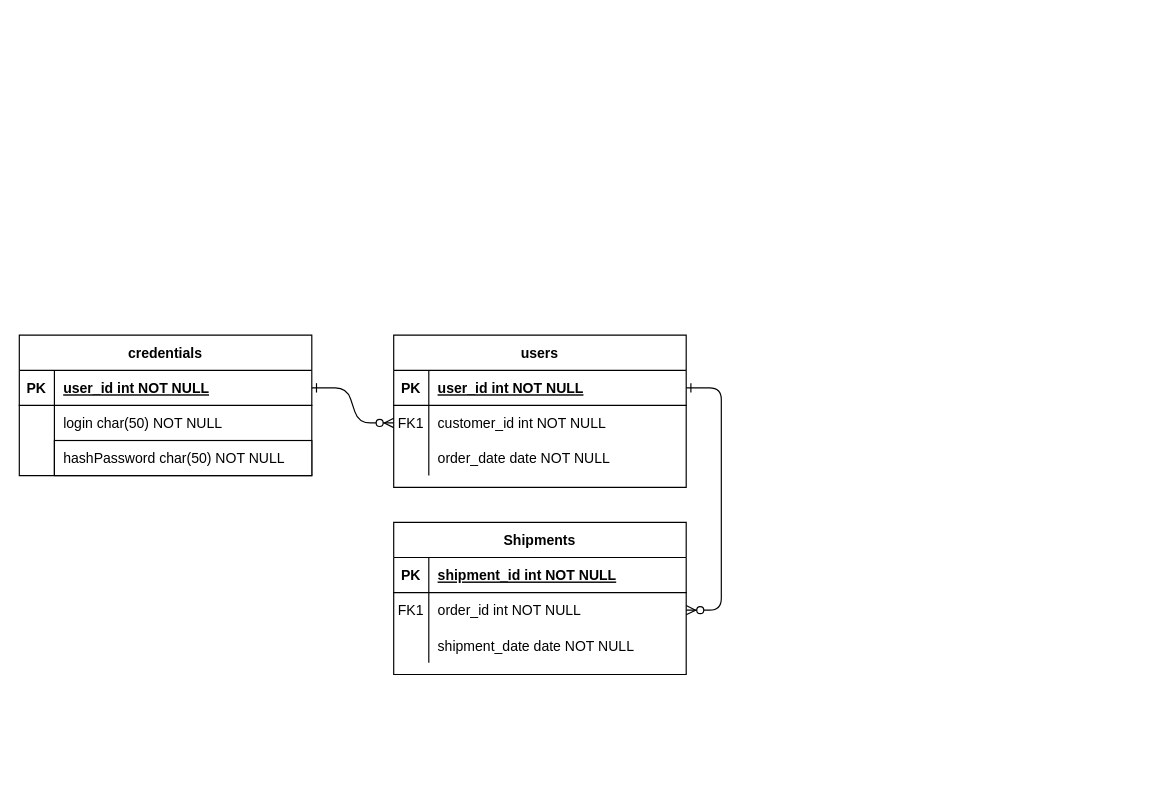
This is Untitled Diagram.drawio from mishankoGO/GophKeeper, a draw.io file, before an edit. Source tidied: cells renumbered, new cells numbered last; positions are measured from the earlier drawing's top-left corner, leaving out a move shared by most shapes. Both pictures are drawn from the tidied source at 117%, with x=0, y=0 at pixel (19, 335).
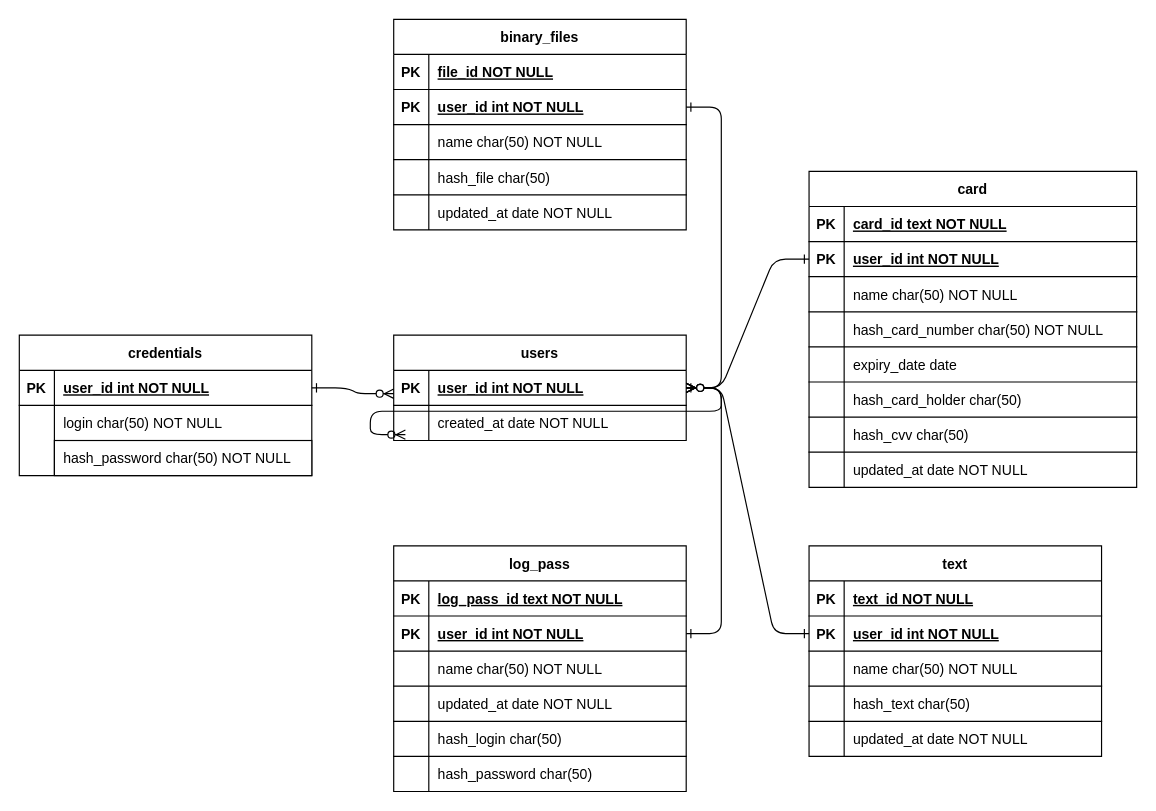
The same diagram, later.

Unchanged cells that the change refers to:
```xml
<mxCell id="5" style="shape=partialRectangle;fillColor=none;points=[[0,0.5],[1,0.5]];portConstraint=eastwest;top=0;left=0;right=0;bottom=1;" parent="4" vertex="1">
  <mxGeometry y="30" width="250" height="30" as="geometry" />
</mxCell>
<mxCell id="8" style="shape=partialRectangle;fillColor=none;points=[[0,0.5],[1,0.5]];portConstraint=eastwest;top=0;left=0;right=0;bottom=0;" parent="4" vertex="1">
  <mxGeometry y="60" width="250" height="30" as="geometry" />
</mxCell>
<mxCell id="25" style="shape=partialRectangle;fillColor=none;points=[[0,0.5],[1,0.5]];portConstraint=eastwest;top=0;left=0;right=0;bottom=1;" parent="24" vertex="1">
  <mxGeometry y="30" width="250" height="30" as="geometry" />
</mxCell>
```

What changed in the source:
```diff
@@
-    <mxCell id="2" style="edgeStyle=entityRelationEdgeStyle;endArrow=ERzeroToMany;startArrow=ERone;endFill=1;startFill=0;" parent="1" edge="1" source="25" target="8">
-      <mxGeometry relative="1" as="geometry" />
+    <mxCell id="2" style="edgeStyle=entityRelationEdgeStyle;endArrow=ERzeroToMany;startArrow=ERone;endFill=1;startFill=0;exitX=1;exitY=0.5;exitDx=0;exitDy=0;" parent="1" edge="1" source="25">
+      <mxGeometry relative="1" as="geometry">
+        <mxPoint x="320" y="50" as="targetPoint" />
+      </mxGeometry>
     </mxCell>
-    <mxCell id="3" style="edgeStyle=entityRelationEdgeStyle;endArrow=ERzeroToMany;startArrow=ERone;endFill=1;startFill=0;" parent="1" edge="1" source="5" target="18">
-      <mxGeometry relative="1" as="geometry" />
+    <mxCell id="3" style="edgeStyle=entityRelationEdgeStyle;endArrow=ERzeroToMany;startArrow=ERone;endFill=1;startFill=0;" parent="1" edge="1" source="5">
+      <mxGeometry relative="1" as="geometry">
+        <mxPoint x="330" y="85" as="targetPoint" />
+      </mxGeometry>
     </mxCell>
     <mxCell id="4" value="users" style="shape=table;startSize=30;childLayout=tableLayout;rowLines=0;fontStyle=1;align=center;" parent="1" vertex="1">
-      <mxGeometry x="320" width="250" height="130" as="geometry" />
+      <mxGeometry x="320" width="250" height="90" as="geometry" />
     </mxCell>
@@
-    <mxCell id="9" value="FK1" style="shape=partialRectangle;overflow=hidden;fillColor=none;top=0;left=0;bottom=0;right=0;" parent="8" vertex="1">
+    <mxCell id="9" style="shape=partialRectangle;overflow=hidden;fillColor=none;top=0;left=0;bottom=0;right=0;" parent="8" vertex="1">
       <mxGeometry width="30" height="30" as="geometry" />
     </mxCell>
-    <mxCell id="10" value="customer_id int NOT NULL" style="shape=partialRectangle;overflow=hidden;fillColor=none;top=0;left=0;bottom=0;right=0;align=left;spacingLeft=6;" parent="8" vertex="1">
+    <mxCell id="10" value="created_at date NOT NULL" style="shape=partialRectangle;overflow=hidden;fillColor=none;top=0;left=0;bottom=0;right=0;align=left;spacingLeft=6;" parent="8" vertex="1">
       <mxGeometry x="30" width="220" height="30" as="geometry" />
     </mxCell>
-    <mxCell id="11" style="shape=partialRectangle;fillColor=none;top=0;left=0;right=0;bottom=0;" parent="4" vertex="1">
-      <mxGeometry y="90" width="250" height="30" as="geometry" />
-    </mxCell>
-    <mxCell id="12" style="shape=partialRectangle;overflow=hidden;fillColor=none;top=0;left=0;bottom=0;right=0;" parent="11" vertex="1">
-      <mxGeometry width="30" height="30" as="geometry" />
-    </mxCell>
-    <mxCell id="13" value="order_date date NOT NULL" style="shape=partialRectangle;overflow=hidden;fillColor=none;top=0;left=0;bottom=0;right=0;align=left;spacingLeft=6;" parent="11" vertex="1">
-      <mxGeometry x="30" width="220" height="30" as="geometry" />
-    </mxCell>
-    <mxCell id="14" value="Shipments" style="shape=table;startSize=30;childLayout=tableLayout;rowLines=0;fontStyle=1;align=center;" parent="1" vertex="1">
-      <mxGeometry x="320" y="160" width="250" height="130" as="geometry" />
+    <mxCell id="14" value="text" style="shape=table;startSize=30;childLayout=tableLayout;rowLines=0;fontStyle=1;align=center;" parent="1" vertex="1">
+      <mxGeometry x="675" y="180" width="250" height="180" as="geometry" />
     </mxCell>
+    <mxCell id="37" style="shape=partialRectangle;fillColor=none;top=0;left=0;right=0;bottom=1;" parent="14" vertex="1">
+      <mxGeometry y="30" width="250" height="30" as="geometry" />
+    </mxCell>
+    <mxCell id="38" value="PK" style="shape=partialRectangle;overflow=hidden;fillColor=none;top=0;left=0;bottom=0;right=0;fontStyle=1;" parent="37" vertex="1">
+      <mxGeometry width="30" height="30" as="geometry" />
+    </mxCell>
+    <mxCell id="39" value="text_id NOT NULL" style="shape=partialRectangle;overflow=hidden;fillColor=none;top=0;left=0;bottom=0;right=0;align=left;spacingLeft=6;fontStyle=5;" parent="37" vertex="1">
+      <mxGeometry x="30" width="220" height="30" as="geometry" />
+    </mxCell>
     <mxCell id="15" style="shape=partialRectangle;fillColor=none;points=[[0,0.5],[1,0.5]];portConstraint=eastwest;top=0;left=0;right=0;bottom=1;" parent="14" vertex="1">
-      <mxGeometry y="30" width="250" height="30" as="geometry" />
+      <mxGeometry y="60" width="250" height="30" as="geometry" />
     </mxCell>
@@
-    <mxCell id="17" value="shipment_id int NOT NULL " style="shape=partialRectangle;overflow=hidden;fillColor=none;top=0;left=0;bottom=0;right=0;align=left;spacingLeft=6;fontStyle=5;" parent="15" vertex="1">
+    <mxCell id="17" value="user_id int NOT NULL" style="shape=partialRectangle;overflow=hidden;fillColor=none;top=0;left=0;bottom=0;right=0;align=left;spacingLeft=6;fontStyle=5;" parent="15" vertex="1">
       <mxGeometry x="30" width="220" height="30" as="geometry" />
     </mxCell>
-    <mxCell id="18" style="shape=partialRectangle;fillColor=none;points=[[0,0.5],[1,0.5]];portConstraint=eastwest;top=0;left=0;right=0;bottom=0;" parent="14" vertex="1">
-      <mxGeometry y="60" width="250" height="30" as="geometry" />
-    </mxCell>
-    <mxCell id="19" value="FK1" style="shape=partialRectangle;overflow=hidden;fillColor=none;top=0;left=0;bottom=0;right=0;" parent="18" vertex="1">
-      <mxGeometry width="30" height="30" as="geometry" />
-    </mxCell>
-    <mxCell id="20" value="order_id int NOT NULL" style="shape=partialRectangle;overflow=hidden;fillColor=none;top=0;left=0;bottom=0;right=0;align=left;spacingLeft=6;" parent="18" vertex="1">
-      <mxGeometry x="30" width="220" height="30" as="geometry" />
-    </mxCell>
+    <mxCell id="40" style="shape=partialRectangle;fillColor=none;top=0;left=0;right=0;bottom=1;" parent="14" vertex="1">
+      <mxGeometry y="90" width="250" height="30" as="geometry" />
+    </mxCell>
+    <mxCell id="41" style="shape=partialRectangle;overflow=hidden;fillColor=none;top=0;left=0;bottom=0;right=0;fontStyle=1;" parent="40" vertex="1">
+      <mxGeometry width="30" height="30" as="geometry" />
+    </mxCell>
+    <mxCell id="42" value="name char(50) NOT NULL" style="shape=partialRectangle;overflow=hidden;fillColor=none;top=0;left=0;bottom=0;right=0;align=left;spacingLeft=6;fontStyle=0;" parent="40" vertex="1">
+      <mxGeometry x="30" width="220" height="30" as="geometry" />
+    </mxCell>
+    <mxCell id="43" style="shape=partialRectangle;fillColor=none;top=0;left=0;right=0;bottom=1;" parent="14" vertex="1">
+      <mxGeometry y="120" width="250" height="30" as="geometry" />
+    </mxCell>
+    <mxCell id="44" style="shape=partialRectangle;overflow=hidden;fillColor=none;top=0;left=0;bottom=0;right=0;fontStyle=1;" parent="43" vertex="1">
+      <mxGeometry width="30" height="30" as="geometry" />
+    </mxCell>
+    <mxCell id="45" value="hash_text char(50)" style="shape=partialRectangle;overflow=hidden;fillColor=none;top=0;left=0;bottom=0;right=0;align=left;spacingLeft=6;fontStyle=0;" parent="43" vertex="1">
+      <mxGeometry x="30" width="220" height="30" as="geometry" />
+    </mxCell>
     <mxCell id="21" style="shape=partialRectangle;fillColor=none;top=0;left=0;right=0;bottom=0;" parent="14" vertex="1">
-      <mxGeometry y="90" width="250" height="30" as="geometry" />
+      <mxGeometry y="150" width="250" height="30" as="geometry" />
     </mxCell>
@@
-    <mxCell id="23" value="shipment_date date NOT NULL" style="shape=partialRectangle;overflow=hidden;fillColor=none;top=0;left=0;bottom=0;right=0;align=left;spacingLeft=6;" parent="21" vertex="1">
+    <mxCell id="23" value="updated_at date NOT NULL" style="shape=partialRectangle;overflow=hidden;fillColor=none;top=0;left=0;bottom=0;right=0;align=left;spacingLeft=6;" parent="21" vertex="1">
       <mxGeometry x="30" width="220" height="30" as="geometry" />
     </mxCell>
@@
-    <mxCell id="35" value="hashPassword char(50) NOT NULL" style="shape=partialRectangle;overflow=hidden;fillColor=none;top=0;left=0;bottom=0;right=0;align=left;spacingLeft=6;" parent="1" vertex="1">
+    <mxCell id="35" value="hash_password char(50) NOT NULL" style="shape=partialRectangle;overflow=hidden;fillColor=none;top=0;left=0;bottom=0;right=0;align=left;spacingLeft=6;" parent="1" vertex="1">
       <mxGeometry x="30" y="90" width="220" height="30" as="geometry" />
     </mxCell>
@@
+    <mxCell id="46" value="log_pass" style="shape=table;startSize=30;childLayout=tableLayout;rowLines=0;fontStyle=1;align=center;" parent="1" vertex="1">
+      <mxGeometry x="320" y="180" width="250" height="210" as="geometry" />
+    </mxCell>
+    <mxCell id="47" style="shape=partialRectangle;fillColor=none;top=0;left=0;right=0;bottom=1;" parent="46" vertex="1">
+      <mxGeometry y="30" width="250" height="30" as="geometry" />
+    </mxCell>
+    <mxCell id="48" value="PK" style="shape=partialRectangle;overflow=hidden;fillColor=none;top=0;left=0;bottom=0;right=0;fontStyle=1;" parent="47" vertex="1">
+      <mxGeometry width="30" height="30" as="geometry" />
+    </mxCell>
+    <mxCell id="49" value="log_pass_id text NOT NULL" style="shape=partialRectangle;overflow=hidden;fillColor=none;top=0;left=0;bottom=0;right=0;align=left;spacingLeft=6;fontStyle=5;" parent="47" vertex="1">
+      <mxGeometry x="30" width="220" height="30" as="geometry" />
+    </mxCell>
+    <mxCell id="50" style="shape=partialRectangle;fillColor=none;points=[[0,0.5],[1,0.5]];portConstraint=eastwest;top=0;left=0;right=0;bottom=1;" parent="46" vertex="1">
+      <mxGeometry y="60" width="250" height="30" as="geometry" />
+    </mxCell>
+    <mxCell id="51" value="PK" style="shape=partialRectangle;overflow=hidden;fillColor=none;top=0;left=0;bottom=0;right=0;fontStyle=1;" parent="50" vertex="1">
+      <mxGeometry width="30" height="30" as="geometry" />
+    </mxCell>
+    <mxCell id="52" value="user_id int NOT NULL " style="shape=partialRectangle;overflow=hidden;fillColor=none;top=0;left=0;bottom=0;right=0;align=left;spacingLeft=6;fontStyle=5;" parent="50" vertex="1">
+      <mxGeometry x="30" width="220" height="30" as="geometry" />
+    </mxCell>
+    <mxCell id="53" style="shape=partialRectangle;fillColor=none;top=0;left=0;right=0;bottom=1;" parent="46" vertex="1">
+      <mxGeometry y="90" width="250" height="30" as="geometry" />
+    </mxCell>
+    <mxCell id="54" style="shape=partialRectangle;overflow=hidden;fillColor=none;top=0;left=0;bottom=0;right=0;fontStyle=1;" parent="53" vertex="1">
+      <mxGeometry width="30" height="30" as="geometry" />
+    </mxCell>
+    <mxCell id="55" value="name char(50) NOT NULL" style="shape=partialRectangle;overflow=hidden;fillColor=none;top=0;left=0;bottom=0;right=0;align=left;spacingLeft=6;fontStyle=0;" parent="53" vertex="1">
+      <mxGeometry x="30" width="220" height="30" as="geometry" />
+    </mxCell>
+    <mxCell id="56" style="shape=partialRectangle;fillColor=none;top=0;left=0;right=0;bottom=1;" parent="46" vertex="1">
+      <mxGeometry y="120" width="250" height="30" as="geometry" />
+    </mxCell>
+    <mxCell id="57" style="shape=partialRectangle;overflow=hidden;fillColor=none;top=0;left=0;bottom=0;right=0;fontStyle=1;" parent="56" vertex="1">
+      <mxGeometry width="30" height="30" as="geometry" />
+    </mxCell>
+    <mxCell id="58" value="updated_at date NOT NULL" style="shape=partialRectangle;overflow=hidden;fillColor=none;top=0;left=0;bottom=0;right=0;align=left;spacingLeft=6;fontStyle=0;" parent="56" vertex="1">
+      <mxGeometry x="30" width="220" height="30" as="geometry" />
+    </mxCell>
+    <mxCell id="59" style="shape=partialRectangle;fillColor=none;top=0;left=0;right=0;bottom=1;" parent="46" vertex="1">
+      <mxGeometry y="150" width="250" height="30" as="geometry" />
+    </mxCell>
+    <mxCell id="60" style="shape=partialRectangle;overflow=hidden;fillColor=none;top=0;left=0;bottom=0;right=0;fontStyle=1;" parent="59" vertex="1">
+      <mxGeometry width="30" height="30" as="geometry" />
+    </mxCell>
+    <mxCell id="61" value="hash_login char(50)" style="shape=partialRectangle;overflow=hidden;fillColor=none;top=0;left=0;bottom=0;right=0;align=left;spacingLeft=6;fontStyle=0;" parent="59" vertex="1">
+      <mxGeometry x="30" width="220" height="30" as="geometry" />
+    </mxCell>
+    <mxCell id="62" style="shape=partialRectangle;fillColor=none;top=0;left=0;right=0;bottom=0;" parent="46" vertex="1">
+      <mxGeometry y="180" width="250" height="30" as="geometry" />
+    </mxCell>
+    <mxCell id="63" style="shape=partialRectangle;overflow=hidden;fillColor=none;top=0;left=0;bottom=0;right=0;" parent="62" vertex="1">
+      <mxGeometry width="30" height="30" as="geometry" />
+    </mxCell>
+    <mxCell id="64" value="hash_password char(50)" style="shape=partialRectangle;overflow=hidden;fillColor=none;top=0;left=0;bottom=0;right=0;align=left;spacingLeft=6;" parent="62" vertex="1">
+      <mxGeometry x="30" width="220" height="30" as="geometry" />
+    </mxCell>
+    <mxCell id="65" style="edgeStyle=entityRelationEdgeStyle;endArrow=ERzeroToMany;startArrow=ERone;endFill=1;startFill=0;exitX=1;exitY=0.5;exitDx=0;exitDy=0;entryX=1;entryY=0.5;entryDx=0;entryDy=0;" parent="1" edge="1" source="50" target="5">
+      <mxGeometry relative="1" as="geometry" />
+    </mxCell>
+    <mxCell id="66" style="edgeStyle=entityRelationEdgeStyle;endArrow=ERzeroToMany;startArrow=ERone;endFill=1;startFill=0;exitX=0;exitY=0.5;exitDx=0;exitDy=0;entryX=1;entryY=0.5;entryDx=0;entryDy=0;" parent="1" edge="1" source="15" target="5">
+      <mxGeometry relative="1" as="geometry" />
+    </mxCell>
+    <mxCell id="67" value="card" style="shape=table;startSize=30;childLayout=tableLayout;rowLines=0;fontStyle=1;align=center;" parent="1" vertex="1">
+      <mxGeometry x="675" y="-140" width="280" height="270" as="geometry" />
+    </mxCell>
+    <mxCell id="68" style="shape=partialRectangle;fillColor=none;top=0;left=0;right=0;bottom=1;" parent="67" vertex="1">
+      <mxGeometry y="30" width="280" height="30" as="geometry" />
+    </mxCell>
+    <mxCell id="69" value="PK" style="shape=partialRectangle;overflow=hidden;fillColor=none;top=0;left=0;bottom=0;right=0;fontStyle=1;" parent="68" vertex="1">
+      <mxGeometry width="30" height="30" as="geometry" />
+    </mxCell>
+    <mxCell id="70" value="card_id text NOT NULL" style="shape=partialRectangle;overflow=hidden;fillColor=none;top=0;left=0;bottom=0;right=0;align=left;spacingLeft=6;fontStyle=5;" parent="68" vertex="1">
+      <mxGeometry x="30" width="250" height="30" as="geometry" />
+    </mxCell>
+    <mxCell id="71" style="shape=partialRectangle;fillColor=none;points=[[0,0.5],[1,0.5]];portConstraint=eastwest;top=0;left=0;right=0;bottom=1;" parent="67" vertex="1">
+      <mxGeometry y="60" width="280" height="30" as="geometry" />
+    </mxCell>
+    <mxCell id="72" value="PK" style="shape=partialRectangle;overflow=hidden;fillColor=none;top=0;left=0;bottom=0;right=0;fontStyle=1;" parent="71" vertex="1">
+      <mxGeometry width="30" height="30" as="geometry" />
+    </mxCell>
+    <mxCell id="73" value="user_id int NOT NULL" style="shape=partialRectangle;overflow=hidden;fillColor=none;top=0;left=0;bottom=0;right=0;align=left;spacingLeft=6;fontStyle=5;" parent="71" vertex="1">
+      <mxGeometry x="30" width="250" height="30" as="geometry" />
+    </mxCell>
+    <mxCell id="74" style="shape=partialRectangle;fillColor=none;top=0;left=0;right=0;bottom=1;" parent="67" vertex="1">
+      <mxGeometry y="90" width="280" height="30" as="geometry" />
+    </mxCell>
+    <mxCell id="75" style="shape=partialRectangle;overflow=hidden;fillColor=none;top=0;left=0;bottom=0;right=0;fontStyle=1;" parent="74" vertex="1">
+      <mxGeometry width="30" height="30" as="geometry" />
+    </mxCell>
+    <mxCell id="76" value="name char(50) NOT NULL" style="shape=partialRectangle;overflow=hidden;fillColor=none;top=0;left=0;bottom=0;right=0;align=left;spacingLeft=6;fontStyle=0;" parent="74" vertex="1">
+      <mxGeometry x="30" width="250" height="30" as="geometry" />
+    </mxCell>
+    <mxCell id="77" style="shape=partialRectangle;fillColor=none;top=0;left=0;right=0;bottom=1;" parent="67" vertex="1">
+      <mxGeometry y="120" width="280" height="30" as="geometry" />
+    </mxCell>
+    <mxCell id="78" style="shape=partialRectangle;overflow=hidden;fillColor=none;top=0;left=0;bottom=0;right=0;fontStyle=1;" parent="77" vertex="1">
+      <mxGeometry width="30" height="30" as="geometry" />
+    </mxCell>
+    <mxCell id="79" value="hash_card_number char(50) NOT NULL" style="shape=partialRectangle;overflow=hidden;fillColor=none;top=0;left=0;bottom=0;right=0;align=left;spacingLeft=6;fontStyle=0;" parent="77" vertex="1">
+      <mxGeometry x="30" width="250" height="30" as="geometry" />
+    </mxCell>
+    <mxCell id="80" style="shape=partialRectangle;fillColor=none;top=0;left=0;right=0;bottom=1;" parent="67" vertex="1">
+      <mxGeometry y="150" width="280" height="30" as="geometry" />
+    </mxCell>
+    <mxCell id="81" style="shape=partialRectangle;overflow=hidden;fillColor=none;top=0;left=0;bottom=0;right=0;fontStyle=1;" parent="80" vertex="1">
+      <mxGeometry width="30" height="30" as="geometry" />
+    </mxCell>
+    <mxCell id="82" value="expiry_date date " style="shape=partialRectangle;overflow=hidden;fillColor=none;top=0;left=0;bottom=0;right=0;align=left;spacingLeft=6;fontStyle=0;" parent="80" vertex="1">
+      <mxGeometry x="30" width="250" height="30" as="geometry" />
+    </mxCell>
+    <mxCell id="83" style="shape=partialRectangle;fillColor=none;top=0;left=0;right=0;bottom=1;" parent="67" vertex="1">
+      <mxGeometry y="180" width="280" height="30" as="geometry" />
+    </mxCell>
+    <mxCell id="84" style="shape=partialRectangle;overflow=hidden;fillColor=none;top=0;left=0;bottom=0;right=0;fontStyle=1;" parent="83" vertex="1">
+      <mxGeometry width="30" height="30" as="geometry" />
+    </mxCell>
+    <mxCell id="85" value="hash_card_holder char(50)" style="shape=partialRectangle;overflow=hidden;fillColor=none;top=0;left=0;bottom=0;right=0;align=left;spacingLeft=6;fontStyle=0;" parent="83" vertex="1">
+      <mxGeometry x="30" width="250" height="30" as="geometry" />
+    </mxCell>
+    <mxCell id="86" style="shape=partialRectangle;fillColor=none;top=0;left=0;right=0;bottom=1;" parent="67" vertex="1">
+      <mxGeometry y="210" width="280" height="30" as="geometry" />
+    </mxCell>
+    <mxCell id="87" style="shape=partialRectangle;overflow=hidden;fillColor=none;top=0;left=0;bottom=0;right=0;fontStyle=1;" parent="86" vertex="1">
+      <mxGeometry width="30" height="30" as="geometry" />
+    </mxCell>
+    <mxCell id="88" value="hash_cvv char(50)" style="shape=partialRectangle;overflow=hidden;fillColor=none;top=0;left=0;bottom=0;right=0;align=left;spacingLeft=6;fontStyle=0;" parent="86" vertex="1">
+      <mxGeometry x="30" width="250" height="30" as="geometry" />
+    </mxCell>
+    <mxCell id="89" style="shape=partialRectangle;fillColor=none;top=0;left=0;right=0;bottom=0;" parent="67" vertex="1">
+      <mxGeometry y="240" width="280" height="30" as="geometry" />
+    </mxCell>
+    <mxCell id="90" style="shape=partialRectangle;overflow=hidden;fillColor=none;top=0;left=0;bottom=0;right=0;" parent="89" vertex="1">
+      <mxGeometry width="30" height="30" as="geometry" />
+    </mxCell>
+    <mxCell id="91" value="updated_at date NOT NULL" style="shape=partialRectangle;overflow=hidden;fillColor=none;top=0;left=0;bottom=0;right=0;align=left;spacingLeft=6;" parent="89" vertex="1">
+      <mxGeometry x="30" width="250" height="30" as="geometry" />
+    </mxCell>
+    <mxCell id="92" style="edgeStyle=entityRelationEdgeStyle;endArrow=ERzeroToMany;startArrow=ERone;endFill=1;startFill=0;entryX=1;entryY=0.5;entryDx=0;entryDy=0;" parent="1" edge="1" source="71" target="5">
+      <mxGeometry relative="1" as="geometry" />
+    </mxCell>
+    <mxCell id="93" value="binary_files" style="shape=table;startSize=30;childLayout=tableLayout;rowLines=0;fontStyle=1;align=center;" parent="1" vertex="1">
+      <mxGeometry x="320" y="-270" width="250" height="180" as="geometry" />
+    </mxCell>
+    <mxCell id="94" style="shape=partialRectangle;fillColor=none;top=0;left=0;right=0;bottom=1;" parent="93" vertex="1">
+      <mxGeometry y="30" width="250" height="30" as="geometry" />
+    </mxCell>
+    <mxCell id="95" value="PK" style="shape=partialRectangle;overflow=hidden;fillColor=none;top=0;left=0;bottom=0;right=0;fontStyle=1;" parent="94" vertex="1">
+      <mxGeometry width="30" height="30" as="geometry" />
+    </mxCell>
+    <mxCell id="96" value="file_id NOT NULL" style="shape=partialRectangle;overflow=hidden;fillColor=none;top=0;left=0;bottom=0;right=0;align=left;spacingLeft=6;fontStyle=5;" parent="94" vertex="1">
+      <mxGeometry x="30" width="220" height="30" as="geometry" />
+    </mxCell>
+    <mxCell id="97" style="shape=partialRectangle;fillColor=none;points=[[0,0.5],[1,0.5]];portConstraint=eastwest;top=0;left=0;right=0;bottom=1;" parent="93" vertex="1">
+      <mxGeometry y="60" width="250" height="30" as="geometry" />
+    </mxCell>
+    <mxCell id="98" value="PK" style="shape=partialRectangle;overflow=hidden;fillColor=none;top=0;left=0;bottom=0;right=0;fontStyle=1;" parent="97" vertex="1">
+      <mxGeometry width="30" height="30" as="geometry" />
+    </mxCell>
+    <mxCell id="99" value="user_id int NOT NULL" style="shape=partialRectangle;overflow=hidden;fillColor=none;top=0;left=0;bottom=0;right=0;align=left;spacingLeft=6;fontStyle=5;" parent="97" vertex="1">
+      <mxGeometry x="30" width="220" height="30" as="geometry" />
+    </mxCell>
+    <mxCell id="100" style="shape=partialRectangle;fillColor=none;top=0;left=0;right=0;bottom=1;" parent="93" vertex="1">
+      <mxGeometry y="90" width="250" height="30" as="geometry" />
+    </mxCell>
+    <mxCell id="101" style="shape=partialRectangle;overflow=hidden;fillColor=none;top=0;left=0;bottom=0;right=0;fontStyle=1;" parent="100" vertex="1">
+      <mxGeometry width="30" height="30" as="geometry" />
+    </mxCell>
+    <mxCell id="102" value="name char(50) NOT NULL" style="shape=partialRectangle;overflow=hidden;fillColor=none;top=0;left=0;bottom=0;right=0;align=left;spacingLeft=6;fontStyle=0;" parent="100" vertex="1">
+      <mxGeometry x="30" width="220" height="30" as="geometry" />
+    </mxCell>
+    <mxCell id="103" style="shape=partialRectangle;fillColor=none;top=0;left=0;right=0;bottom=1;" parent="93" vertex="1">
+      <mxGeometry y="120" width="250" height="30" as="geometry" />
+    </mxCell>
+    <mxCell id="104" style="shape=partialRectangle;overflow=hidden;fillColor=none;top=0;left=0;bottom=0;right=0;fontStyle=1;" parent="103" vertex="1">
+      <mxGeometry width="30" height="30" as="geometry" />
+    </mxCell>
+    <mxCell id="105" value="hash_file char(50)" style="shape=partialRectangle;overflow=hidden;fillColor=none;top=0;left=0;bottom=0;right=0;align=left;spacingLeft=6;fontStyle=0;" parent="103" vertex="1">
+      <mxGeometry x="30" width="220" height="30" as="geometry" />
+    </mxCell>
+    <mxCell id="106" style="shape=partialRectangle;fillColor=none;top=0;left=0;right=0;bottom=0;" parent="93" vertex="1">
+      <mxGeometry y="150" width="250" height="30" as="geometry" />
+    </mxCell>
+    <mxCell id="107" style="shape=partialRectangle;overflow=hidden;fillColor=none;top=0;left=0;bottom=0;right=0;" parent="106" vertex="1">
+      <mxGeometry width="30" height="30" as="geometry" />
+    </mxCell>
+    <mxCell id="108" value="updated_at date NOT NULL" style="shape=partialRectangle;overflow=hidden;fillColor=none;top=0;left=0;bottom=0;right=0;align=left;spacingLeft=6;" parent="106" vertex="1">
+      <mxGeometry x="30" width="220" height="30" as="geometry" />
+    </mxCell>
+    <mxCell id="109" style="edgeStyle=entityRelationEdgeStyle;endArrow=ERzeroToMany;startArrow=ERone;endFill=1;startFill=0;entryX=1;entryY=0.5;entryDx=0;entryDy=0;" parent="1" edge="1" source="97" target="5">
+      <mxGeometry relative="1" as="geometry" />
+    </mxCell>
```
